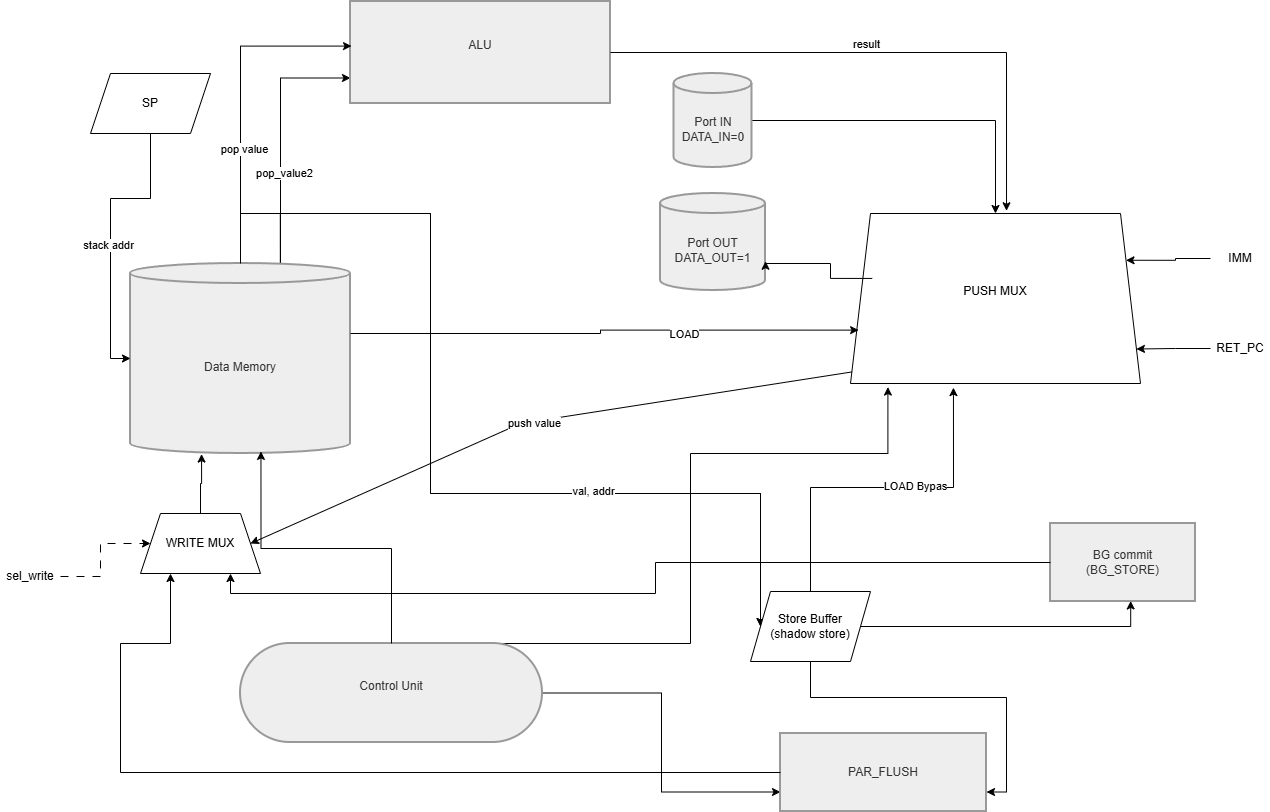
Earlier version of the draw.io export sceme/Datapath.png (byTheTV/ak-lab4). Source tidied: cells renumbered, new cells last; positions are measured from the earlier drawing's top-left corner, leaving out a move shared by most shapes.
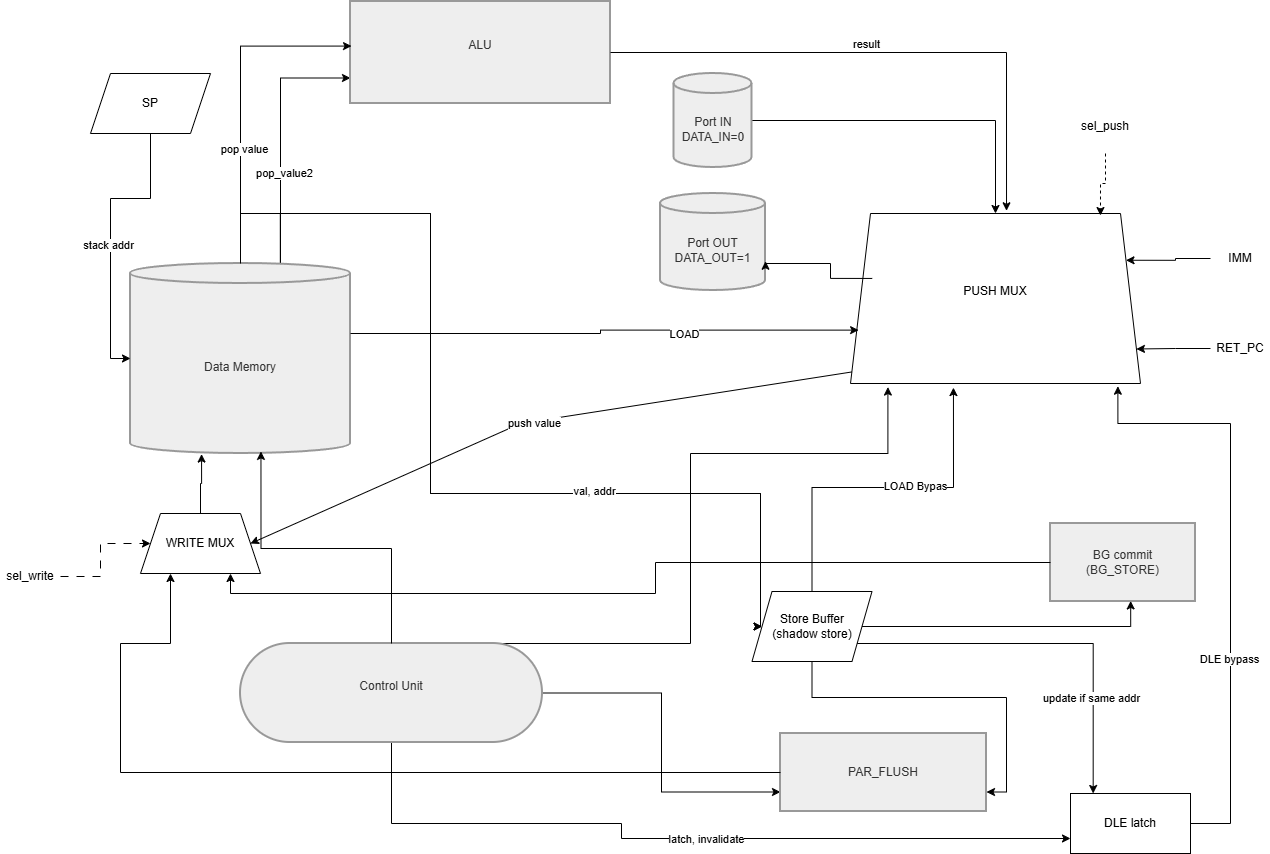
Above is the later version.

Diff of the diagram source:
```diff
@@ -14,6 +14,18 @@
     <mxCell id="3" style="edgeStyle=orthogonalEdgeStyle;rounded=0;jettySize=auto;html=1;entryX=0;entryY=0.75;entryDx=0;entryDy=0;" parent="1" edge="1" source="4" target="16">
       <mxGeometry relative="1" as="geometry" />
     </mxCell>
+    <mxCell id="46" style="edgeStyle=orthogonalEdgeStyle;rounded=0;jettySize=auto;html=1;entryX=0;entryY=0.75;entryDx=0;entryDy=0;" parent="1" edge="1" source="4" target="48">
+      <mxGeometry relative="1" as="geometry">
+        <Array as="points">
+          <mxPoint x="391" y="822" />
+          <mxPoint x="621" y="822" />
+          <mxPoint x="621" y="837" />
+        </Array>
+      </mxGeometry>
+    </mxCell>
+    <mxCell id="47" value="latch,&amp;nbsp;invalidate" style="edgeLabel;html=1;align=center;verticalAlign=middle;" parent="46" vertex="1">
+      <mxGeometry x="0.06" relative="1" as="geometry" />
+    </mxCell>
     <mxCell id="4" value="Control Unit&#10;" style="rounded=1;whiteSpace=wrap;arcSize=50;strokeWidth=2;fillColor=light-dark(#eeeeee,#1f2020);strokeColor=light-dark(#999999,#cccccc);fontColor=light-dark(#333333,#cccccc);" parent="1" vertex="1">
       <mxGeometry x="240" y="642" width="302" height="99" as="geometry" />
     </mxCell>
@@ -78,7 +90,7 @@
       <mxGeometry relative="1" as="geometry" />
     </mxCell>
     <mxCell id="19" value="Store Buffer&lt;div&gt;(shadow store)&lt;/div&gt;" style="shape=parallelogram;perimeter=parallelogramPerimeter;whiteSpace=wrap;html=1;fixedSize=1;" parent="1" vertex="1">
-      <mxGeometry x="750" y="590" width="120" height="70" as="geometry" />
+      <mxGeometry x="751.5" y="590" width="120" height="70" as="geometry" />
     </mxCell>
     <mxCell id="20" style="edgeStyle=orthogonalEdgeStyle;rounded=0;jettySize=auto;html=1;entryX=0.75;entryY=1;entryDx=0;entryDy=0;" parent="1" edge="1" source="15" target="40">
       <mxGeometry relative="1" as="geometry" />
@@ -179,5 +191,36 @@
     <mxCell id="45" value="sel_write" style="text;html=1;whiteSpace=wrap;strokeColor=none;fillColor=none;align=center;verticalAlign=middle;rounded=0;" parent="1" vertex="1">
       <mxGeometry y="560" width="60" height="30" as="geometry" />
     </mxCell>
+    <mxCell id="48" value="DLE latch" style="rounded=0;whiteSpace=wrap;html=1;" parent="1" vertex="1">
+      <mxGeometry x="1070" y="792" width="120" height="60" as="geometry" />
+    </mxCell>
+    <mxCell id="49" style="edgeStyle=orthogonalEdgeStyle;rounded=0;jettySize=auto;html=1;entryX=0.189;entryY=0;entryDx=0;entryDy=0;entryPerimeter=0;" parent="1" edge="1" source="19" target="48">
+      <mxGeometry relative="1" as="geometry">
+        <Array as="points">
+          <mxPoint x="1093" y="642" />
+        </Array>
+      </mxGeometry>
+    </mxCell>
+    <mxCell id="50" value="update if same addr" style="edgeLabel;html=1;align=center;verticalAlign=middle;" parent="49" vertex="1">
+      <mxGeometry x="0.51" y="-2" relative="1" as="geometry" />
+    </mxCell>
+    <mxCell id="51" style="edgeStyle=orthogonalEdgeStyle;rounded=0;jettySize=auto;html=1;entryX=0.922;entryY=1.016;entryDx=0;entryDy=0;entryPerimeter=0;" parent="1" edge="1" source="48" target="17">
+      <mxGeometry relative="1" as="geometry">
+        <Array as="points">
+          <mxPoint x="1230" y="822" />
+          <mxPoint x="1230" y="422" />
+          <mxPoint x="1117" y="422" />
+        </Array>
+      </mxGeometry>
+    </mxCell>
+    <mxCell id="52" value="DLE bypass" style="edgeLabel;html=1;align=center;verticalAlign=middle;" parent="51" vertex="1">
+      <mxGeometry x="-0.31" y="2" relative="1" as="geometry" />
+    </mxCell>
+    <mxCell id="53" value="&lt;div&gt;sel_push&lt;/div&gt;&lt;div&gt;&lt;br&gt;&lt;/div&gt;" style="text;html=1;whiteSpace=wrap;strokeColor=none;fillColor=none;align=center;verticalAlign=middle;rounded=0;" parent="1" vertex="1">
+      <mxGeometry x="1070" y="112" width="70" height="40" as="geometry" />
+    </mxCell>
+    <mxCell id="54" style="edgeStyle=orthogonalEdgeStyle;rounded=0;jettySize=auto;html=1;entryX=0.862;entryY=0.012;entryDx=0;entryDy=0;entryPerimeter=0;dashed=1;" parent="1" edge="1" source="53" target="17">
+      <mxGeometry relative="1" as="geometry" />
+    </mxCell>
   </root>
 </mxGraphModel>
```
